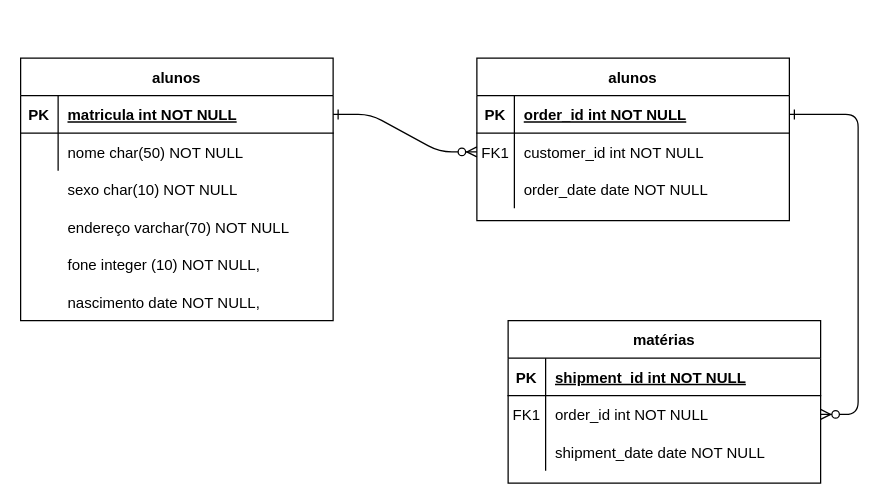
Earlier version of the draw.io diagram Untitled Diagram.drawio (AlyciaSilva/AtvDeBancoDeDados). Source tidied: cells renumbered, new cells numbered last; positions are measured from the earlier drawing's top-left corner, leaving out a move shared by most shapes. Both pictures are drawn from the tidied source at 125%, with x=0, y=0 at pixel (20, 58).
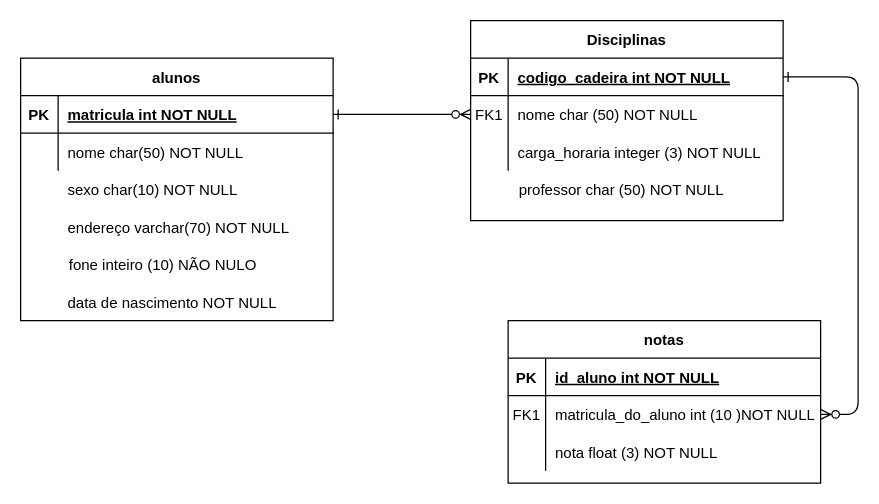
The same diagram, later.

The change refers to these unchanged cells:
```xml
<mxCell id="5" style="shape=partialRectangle;fillColor=none;top=0;left=0;right=0;bottom=1;" parent="4" vertex="1">
  <mxGeometry y="30" width="250" height="30" as="geometry" />
</mxCell>
<mxCell id="8" style="shape=partialRectangle;fillColor=none;points=[[0,0.5],[1,0.5]];portConstraint=eastwest;top=0;left=0;right=0;bottom=0;" parent="4" vertex="1">
  <mxGeometry y="60" width="250" height="30" as="geometry" />
</mxCell>
<mxCell id="11" style="shape=partialRectangle;fillColor=none;top=0;left=0;right=0;bottom=0;" parent="4" vertex="1">
  <mxGeometry y="90" width="250" height="30" as="geometry" />
</mxCell>
<mxCell id="22" style="shape=partialRectangle;fillColor=none;points=[[0,0.5],[1,0.5]];portConstraint=eastwest;top=0;left=0;right=0;bottom=1;" parent="21" vertex="1">
  <mxGeometry y="30" width="250" height="30" as="geometry" />
</mxCell>
<mxCell id="25" style="shape=partialRectangle;fillColor=none;points=[[0,0.5],[1,0.5]];portConstraint=eastwest;top=0;left=0;right=0;bottom=0;" parent="21" vertex="1">
  <mxGeometry y="60" width="250" height="30" as="geometry" />
</mxCell>
<mxCell id="28" style="shape=partialRectangle;fillColor=none;top=0;left=0;right=0;bottom=0;" parent="21" vertex="1">
  <mxGeometry y="90" width="250" height="30" as="geometry" />
</mxCell>
```

Change to the diagram source:
```diff
@@
-    <mxCell id="4" value="matérias" style="shape=table;startSize=30;childLayout=tableLayout;rowLines=0;fontStyle=1;align=center;" parent="1" vertex="1">
+    <mxCell id="4" value="notas" style="shape=table;startSize=30;childLayout=tableLayout;rowLines=0;fontStyle=1;align=center;" parent="1" vertex="1">
       <mxGeometry x="390" y="210" width="250" height="130" as="geometry" />
     </mxCell>
@@
-    <mxCell id="7" value="shipment_id int NOT NULL " style="shape=partialRectangle;overflow=hidden;fillColor=none;top=0;left=0;bottom=0;right=0;align=left;spacingLeft=6;fontStyle=5;" parent="5" vertex="1">
+    <mxCell id="7" value="id_aluno int NOT NULL" style="shape=partialRectangle;overflow=hidden;fillColor=none;top=0;left=0;bottom=0;right=0;align=left;spacingLeft=6;fontStyle=5;" parent="5" vertex="1">
       <mxGeometry x="30" width="220" height="30" as="geometry" />
     </mxCell>
@@
-    <mxCell id="10" value="order_id int NOT NULL" style="shape=partialRectangle;overflow=hidden;fillColor=none;top=0;left=0;bottom=0;right=0;align=left;spacingLeft=6;" parent="8" vertex="1">
+    <mxCell id="10" value="matricula_do_aluno int (10 )NOT NULL" style="shape=partialRectangle;overflow=hidden;fillColor=none;top=0;left=0;bottom=0;right=0;align=left;spacingLeft=6;" parent="8" vertex="1">
       <mxGeometry x="30" width="220" height="30" as="geometry" />
     </mxCell>
@@
-    <mxCell id="13" value="shipment_date date NOT NULL" style="shape=partialRectangle;overflow=hidden;fillColor=none;top=0;left=0;bottom=0;right=0;align=left;spacingLeft=6;" parent="11" vertex="1">
+    <mxCell id="13" value="nota float (3) NOT NULL" style="shape=partialRectangle;overflow=hidden;fillColor=none;top=0;left=0;bottom=0;right=0;align=left;spacingLeft=6;" parent="11" vertex="1">
       <mxGeometry x="30" width="220" height="30" as="geometry" />
     </mxCell>
@@
+    <mxCell id="31" value="sexo char(10) NOT NULL" style="shape=partialRectangle;overflow=hidden;fillColor=none;top=0;left=0;bottom=0;right=0;align=left;spacingLeft=6;" parent="1" vertex="1">
+      <mxGeometry x="30" y="90" width="220" height="30" as="geometry" />
+    </mxCell>
+    <mxCell id="32" value="fone inteiro (10) NÃO NULO" style="shape=partialRectangle;overflow=hidden;fillColor=none;top=0;left=0;bottom=0;right=0;align=left;spacingLeft=6;" parent="1" vertex="1">
+      <mxGeometry x="31" y="150" width="220" height="30" as="geometry" />
+    </mxCell>
+    <mxCell id="33" value="endereço varchar(70) NOT NULL" style="shape=partialRectangle;overflow=hidden;fillColor=none;top=0;left=0;bottom=0;right=0;align=left;spacingLeft=6;" parent="1" vertex="1">
+      <mxGeometry x="30" y="120" width="220" height="30" as="geometry" />
+    </mxCell>
+    <mxCell id="34" value="data de nascimento NOT NULL" style="shape=partialRectangle;overflow=hidden;fillColor=none;top=0;left=0;bottom=0;right=0;align=left;spacingLeft=6;" parent="1" vertex="1">
+      <mxGeometry x="30" y="180" width="220" height="30" as="geometry" />
+    </mxCell>
-    <mxCell id="21" value="alunos" style="shape=table;startSize=30;childLayout=tableLayout;rowLines=0;fontStyle=1;align=center;" parent="1" vertex="1">
-      <mxGeometry x="365" width="250" height="130" as="geometry" />
+    <mxCell id="21" value="Disciplinas" style="shape=table;startSize=30;childLayout=tableLayout;rowLines=0;fontStyle=1;align=center;" parent="1" vertex="1">
+      <mxGeometry x="360" y="-30" width="250" height="160" as="geometry" />
     </mxCell>
@@
-    <mxCell id="24" value="order_id int NOT NULL " style="shape=partialRectangle;overflow=hidden;fillColor=none;top=0;left=0;bottom=0;right=0;align=left;spacingLeft=6;fontStyle=5;" parent="22" vertex="1">
+    <mxCell id="24" value="codigo_cadeira int NOT NULL" style="shape=partialRectangle;overflow=hidden;fillColor=none;top=0;left=0;bottom=0;right=0;align=left;spacingLeft=6;fontStyle=5;" parent="22" vertex="1">
       <mxGeometry x="30" width="220" height="30" as="geometry" />
     </mxCell>
@@
-    <mxCell id="27" value="customer_id int NOT NULL" style="shape=partialRectangle;overflow=hidden;fillColor=none;top=0;left=0;bottom=0;right=0;align=left;spacingLeft=6;" parent="25" vertex="1">
+    <mxCell id="27" value="nome char (50) NOT NULL" style="shape=partialRectangle;overflow=hidden;fillColor=none;top=0;left=0;bottom=0;right=0;align=left;spacingLeft=6;" parent="25" vertex="1">
       <mxGeometry x="30" width="220" height="30" as="geometry" />
     </mxCell>
@@
-    <mxCell id="30" value="order_date date NOT NULL" style="shape=partialRectangle;overflow=hidden;fillColor=none;top=0;left=0;bottom=0;right=0;align=left;spacingLeft=6;" parent="28" vertex="1">
+    <mxCell id="30" value="carga_horaria integer (3) NOT NULL" style="shape=partialRectangle;overflow=hidden;fillColor=none;top=0;left=0;bottom=0;right=0;align=left;spacingLeft=6;" parent="28" vertex="1">
       <mxGeometry x="30" width="220" height="30" as="geometry" />
     </mxCell>
-    <mxCell id="31" value="sexo char(10) NOT NULL" style="shape=partialRectangle;overflow=hidden;fillColor=none;top=0;left=0;bottom=0;right=0;align=left;spacingLeft=6;" parent="1" vertex="1">
-      <mxGeometry x="30" y="90" width="220" height="30" as="geometry" />
-    </mxCell>
-    <mxCell id="32" value="fone integer (10) NOT NULL," style="shape=partialRectangle;overflow=hidden;fillColor=none;top=0;left=0;bottom=0;right=0;align=left;spacingLeft=6;" parent="1" vertex="1">
-      <mxGeometry x="30" y="150" width="220" height="30" as="geometry" />
-    </mxCell>
-    <mxCell id="33" value="endereço varchar(70) NOT NULL" style="shape=partialRectangle;overflow=hidden;fillColor=none;top=0;left=0;bottom=0;right=0;align=left;spacingLeft=6;" parent="1" vertex="1">
-      <mxGeometry x="30" y="120" width="220" height="30" as="geometry" />
-    </mxCell>
-    <mxCell id="34" value="nascimento date NOT NULL," style="shape=partialRectangle;overflow=hidden;fillColor=none;top=0;left=0;bottom=0;right=0;align=left;spacingLeft=6;" parent="1" vertex="1">
-      <mxGeometry x="30" y="180" width="220" height="30" as="geometry" />
-    </mxCell>
+    <mxCell id="35" style="shape=partialRectangle;fillColor=none;top=0;left=0;right=0;bottom=0;" parent="1" vertex="1">
+      <mxGeometry x="361" y="90" width="250" height="30" as="geometry" />
+    </mxCell>
+    <mxCell id="36" style="shape=partialRectangle;overflow=hidden;fillColor=none;top=0;left=0;bottom=0;right=0;" parent="35" vertex="1">
+      <mxGeometry width="30" height="30" as="geometry" />
+    </mxCell>
+    <mxCell id="37" value="professor char (50) NOT NULL" style="shape=partialRectangle;overflow=hidden;fillColor=none;top=0;left=0;bottom=0;right=0;align=left;spacingLeft=6;" parent="35" vertex="1">
+      <mxGeometry x="30" width="220" height="30" as="geometry" />
+    </mxCell>
+    <mxCell id="38" style="shape=partialRectangle;fillColor=none;top=0;left=0;right=0;bottom=0;" parent="1" vertex="1">
+      <mxGeometry x="360" y="120" width="250" height="30" as="geometry" />
+    </mxCell>
+    <mxCell id="39" style="shape=partialRectangle;overflow=hidden;fillColor=none;top=0;left=0;bottom=0;right=0;" parent="38" vertex="1">
+      <mxGeometry width="30" height="30" as="geometry" />
+    </mxCell>
```
